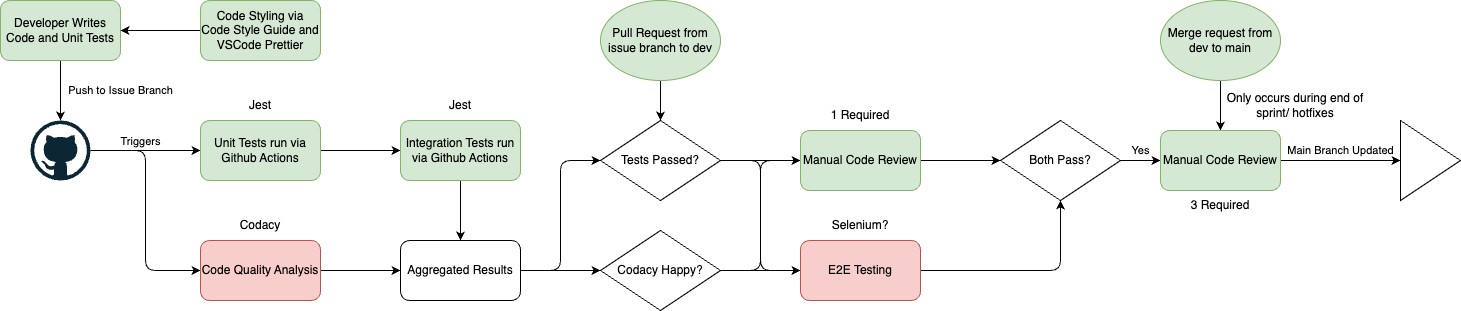
cse110-sp24-group23/cse110-sp24-group23 keeps this draw.io diagram as admin/cipipeline/phase1.drawio.png. Above is the earlier version. Source tidied: cells renumbered, new cells last; positions are measured from the earlier drawing's top-left corner, leaving out a move shared by most shapes.
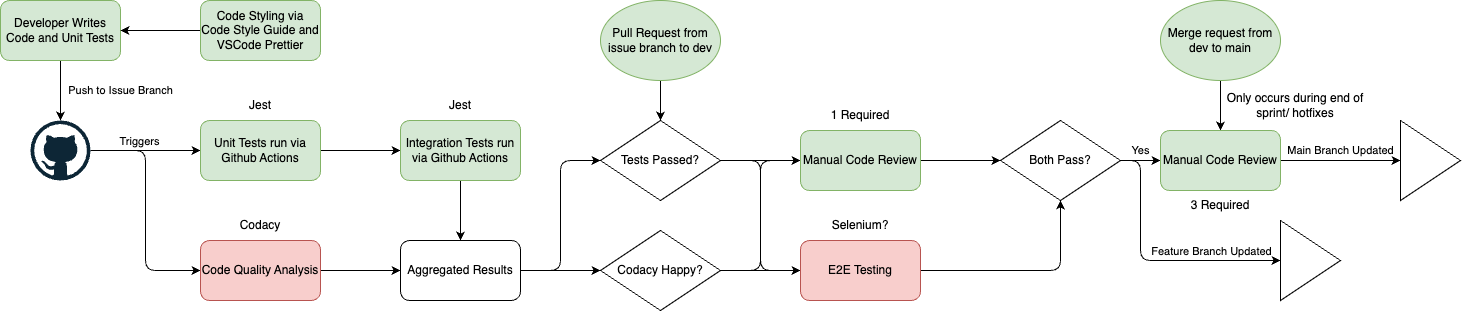
After the commit.

What changed in the source:
```diff
@@ -121,6 +121,19 @@
     <mxCell id="36" value="Yes" style="edgeStyle=orthogonalEdgeStyle;html=1;exitX=1;exitY=0.5;exitDx=0;exitDy=0;entryX=0;entryY=0.5;entryDx=0;entryDy=0;labelBackgroundColor=none;" parent="1" edge="1" source="37" target="41">
       <mxGeometry y="10" relative="1" as="geometry" />
     </mxCell>
+    <mxCell id="45" style="edgeStyle=orthogonalEdgeStyle;html=1;exitX=1;exitY=0.5;exitDx=0;exitDy=0;entryX=0;entryY=0.5;entryDx=0;entryDy=0;" parent="1" edge="1" source="37" target="47">
+      <mxGeometry relative="1" as="geometry">
+        <Array as="points">
+          <mxPoint x="1140" y="160" />
+          <mxPoint x="1140" y="260" />
+        </Array>
+      </mxGeometry>
+    </mxCell>
+    <mxCell id="46" value="Feature Branch Updated" style="edgeLabel;html=1;align=center;verticalAlign=middle;labelBackgroundColor=none;" parent="45" vertex="1">
+      <mxGeometry x="0.49" y="1" relative="1" as="geometry">
+        <mxPoint x="-3" y="-9" as="offset" />
+      </mxGeometry>
+    </mxCell>
     <mxCell id="37" value="Both Pass?" style="rhombus;whiteSpace=wrap;html=1;" parent="1" vertex="1">
       <mxGeometry x="1000" y="120" width="120" height="80" as="geometry" />
     </mxCell>
@@ -145,5 +158,8 @@
     <mxCell id="44" style="triangle;whiteSpace=wrap;html=1;" parent="1" vertex="1">
       <mxGeometry x="1400" y="120" width="60" height="80" as="geometry" />
     </mxCell>
+    <mxCell id="47" style="triangle;whiteSpace=wrap;html=1;" parent="1" vertex="1">
+      <mxGeometry x="1280" y="220" width="60" height="80" as="geometry" />
+    </mxCell>
   </root>
 </mxGraphModel>
```
